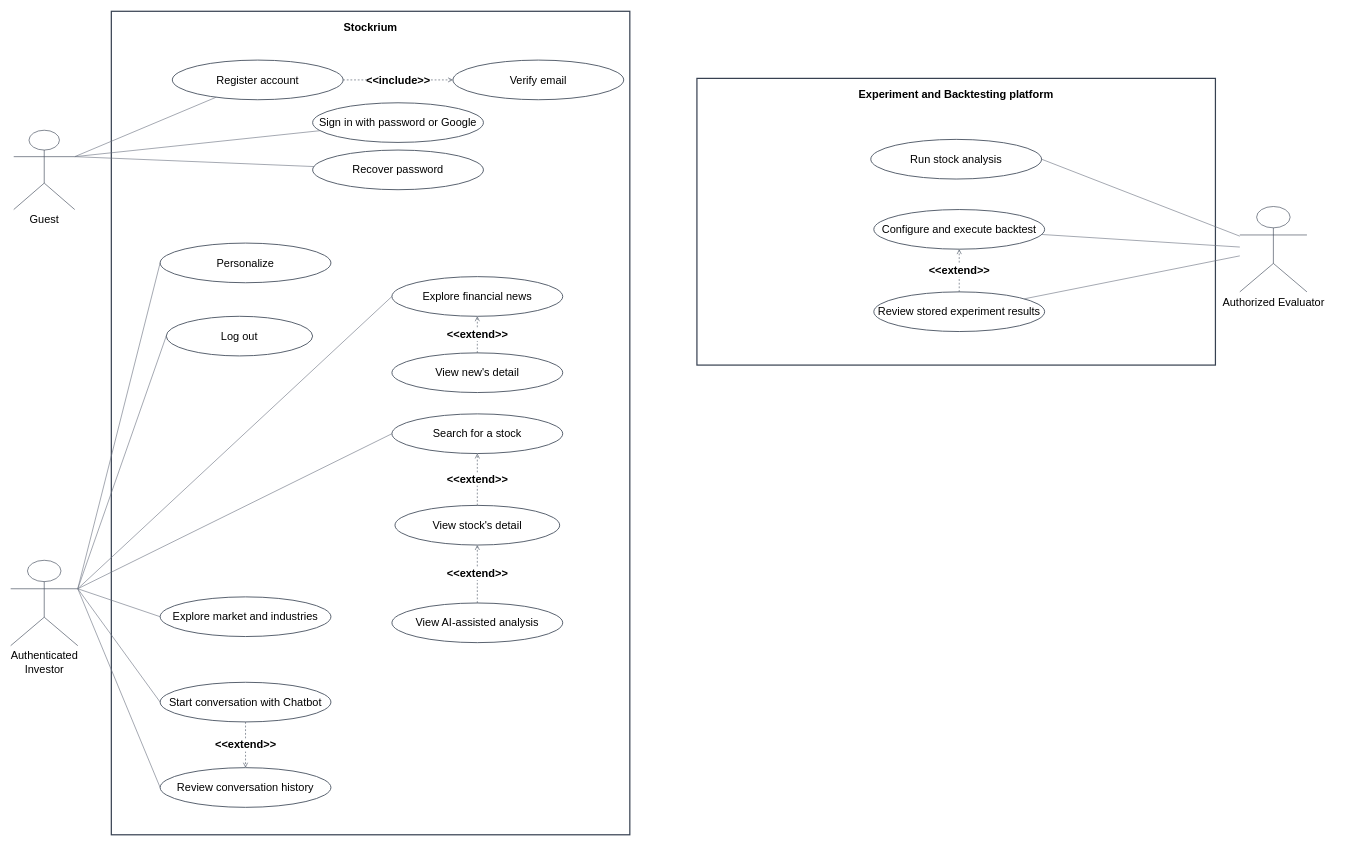
This is report/diagrams/chapter3/stockrium_use_case_model.drawio from lqhuy04/Thesis-22125031-22125035, a draw.io file, before an edit. Source tidied: cells renumbered, new cells numbered last; positions are measured from the earlier drawing's top-left corner, leaving out a move shared by most shapes. Both pictures are drawn from the tidied source at 61%, with x=0, y=0 at pixel (10, 11).
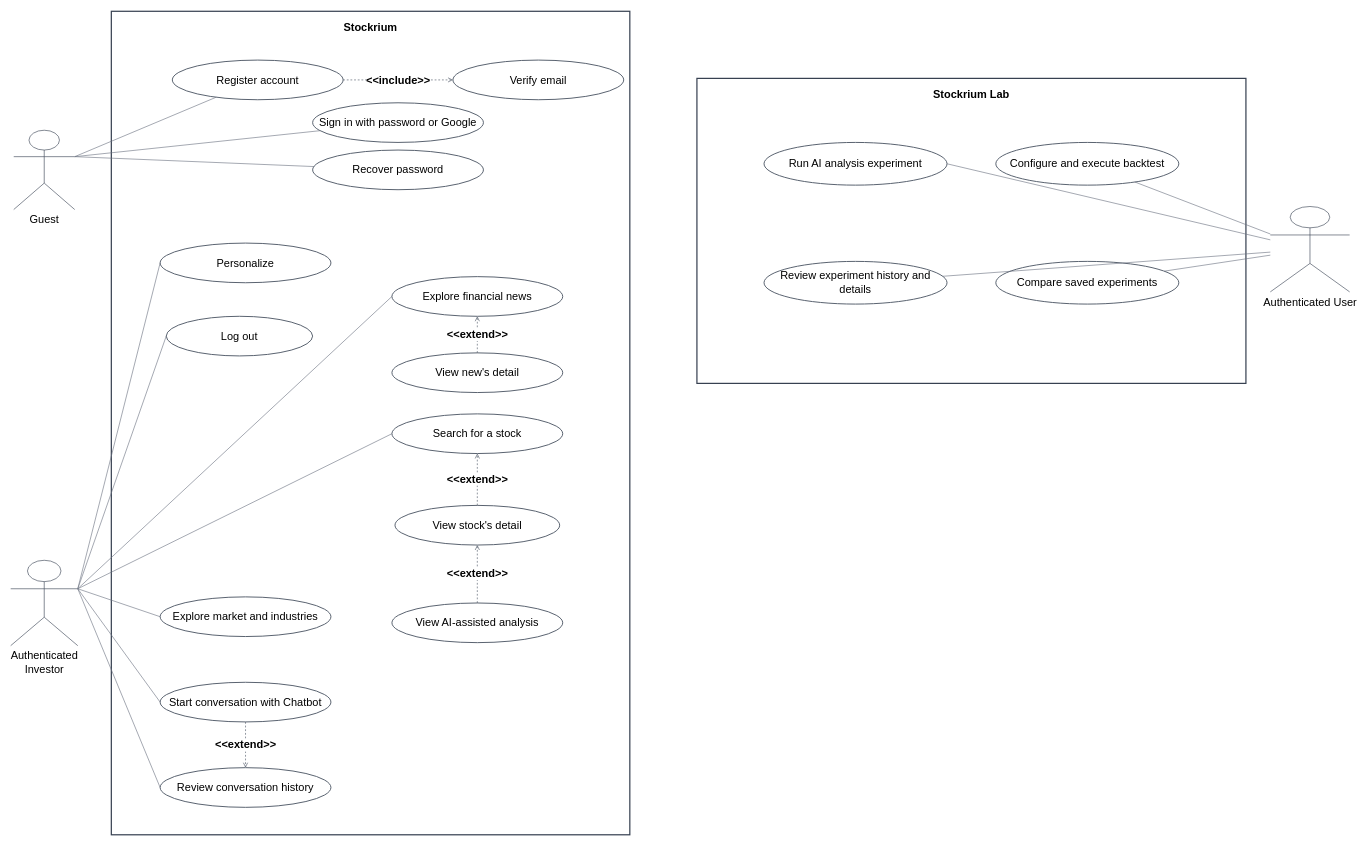
Above is the later version.

Diff of the diagram source:
```diff
@@
-    <mxCell id="25" value="Experiment and Backtesting platform" style="rounded=0;whiteSpace=wrap;html=1;fillColor=#ffffff;strokeColor=#374151;strokeWidth=2;verticalAlign=top;align=center;spacingTop=10;fontStyle=1;fontSize=18;" parent="1" vertex="1">
-      <mxGeometry x="1125" y="110" width="850" height="470" as="geometry" />
+    <mxCell id="25" value="Stockrium Lab" style="rounded=0;whiteSpace=wrap;html=1;fillColor=#ffffff;strokeColor=#374151;strokeWidth=2;verticalAlign=top;align=center;spacingTop=10;fontStyle=1;fontSize=18;" parent="1" vertex="1">
+      <mxGeometry x="1125" y="110" width="900" height="500" as="geometry" />
     </mxCell>
-    <mxCell id="26" value="Authorized Evaluator" style="shape=umlActor;verticalLabelPosition=bottom;verticalAlign=top;html=1;strokeColor=#374151;fillColor=#ffffff;fontSize=18;" parent="1" vertex="1">
-      <mxGeometry x="2015" y="320" width="110" height="140" as="geometry" />
+    <mxCell id="26" value="Authenticated User" style="shape=umlActor;verticalLabelPosition=bottom;verticalAlign=top;html=1;strokeColor=#374151;fillColor=#ffffff;fontSize=18;" parent="1" vertex="1">
+      <mxGeometry x="2065" y="320" width="130" height="140" as="geometry" />
     </mxCell>
-    <mxCell id="27" value="Run stock analysis" style="ellipse;whiteSpace=wrap;html=1;fillColor=#ffffff;strokeColor=#4b5563;strokeWidth=1.5;fontSize=18;" parent="1" vertex="1">
-      <mxGeometry x="1410" y="210" width="280" height="65" as="geometry" />
+    <mxCell id="27" value="Run AI analysis experiment" style="ellipse;whiteSpace=wrap;html=1;fillColor=#ffffff;strokeColor=#4b5563;strokeWidth=1.5;fontSize=18;" parent="1" vertex="1">
+      <mxGeometry x="1235" y="215" width="300" height="70" as="geometry" />
     </mxCell>
     <mxCell id="28" value="Configure and execute backtest" style="ellipse;whiteSpace=wrap;html=1;fillColor=#ffffff;strokeColor=#4b5563;strokeWidth=1.5;fontSize=18;" parent="1" vertex="1">
-      <mxGeometry x="1415" y="325" width="280" height="65" as="geometry" />
+      <mxGeometry x="1615" y="215" width="300" height="70" as="geometry" />
     </mxCell>
-    <mxCell id="29" value="Review stored experiment results" style="ellipse;whiteSpace=wrap;html=1;fillColor=#ffffff;strokeColor=#4b5563;strokeWidth=1.5;fontSize=18;" parent="1" vertex="1">
-      <mxGeometry x="1415" y="460" width="280" height="65" as="geometry" />
+    <mxCell id="29" value="Review experiment history and details" style="ellipse;whiteSpace=wrap;html=1;fillColor=#ffffff;strokeColor=#4b5563;strokeWidth=1.5;fontSize=18;" parent="1" vertex="1">
+      <mxGeometry x="1235" y="410" width="300" height="70" as="geometry" />
     </mxCell>
+    <mxCell id="43" value="Compare saved experiments" style="ellipse;whiteSpace=wrap;html=1;fillColor=#ffffff;strokeColor=#4b5563;strokeWidth=1.5;fontSize=18;" parent="1" vertex="1">
+      <mxGeometry x="1615" y="410" width="300" height="70" as="geometry" />
+    </mxCell>
@@
-    <mxCell id="33" value="&amp;lt;&amp;lt;extend&amp;gt;&amp;gt;" style="html=1;rounded=0;dashed=1;endArrow=open;endFill=0;strokeColor=#4b5563;fontStyle=1;fontSize=18;" parent="1" edge="1" source="29" target="28">
-      <mxGeometry relative="1" as="geometry" />
-    </mxCell>
+    <mxCell id="44" style="html=1;rounded=0;endArrow=none;strokeColor=#6b7280;fontSize=18;" parent="1" edge="1" source="26" target="43">
+      <mxGeometry relative="1" as="geometry" />
+    </mxCell>
```
